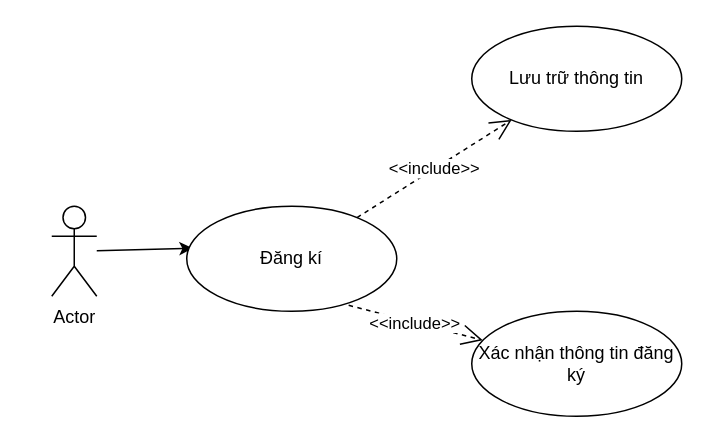
Before: page "use case đăng ký" (9 of 22) of Biểu đồ không có tiêu đề.drawio in anhduy7723/api_auth, a draw.io diagram. Source tidied: cells renumbered, new cells numbered last; positions are measured from the earlier drawing's top-left corner, leaving out a move shared by most shapes. Both pictures are drawn from the tidied source at 150%, with x=0, y=0 at pixel (51, 26).
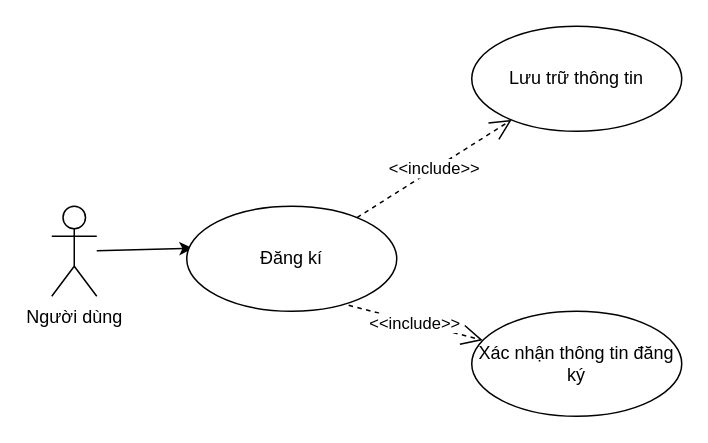
Above is the later version.

The edit, as a diff of the source:
```diff
@@
 <mxGraphModel>
   <root>
     <mxCell id="0" />
     <mxCell id="1" parent="0" />
     <mxCell id="2" style="edgeStyle=none;rounded=0;jettySize=auto;html=1;entryX=0.029;entryY=0.4;entryDx=0;entryDy=0;entryPerimeter=0;" parent="1" edge="1" source="3" target="4">
       <mxGeometry relative="1" as="geometry" />
     </mxCell>
-    <mxCell id="3" value="Actor" style="shape=umlActor;verticalLabelPosition=bottom;verticalAlign=top;html=1;outlineConnect=0;" parent="1" vertex="1">
+    <mxCell id="3" value="Người dùng" style="shape=umlActor;verticalLabelPosition=bottom;verticalAlign=top;html=1;outlineConnect=0;" parent="1" vertex="1">
       <mxGeometry y="120" width="30" height="60" as="geometry" />
     </mxCell>
     <mxCell id="4" value="Đăng kí" style="ellipse;whiteSpace=wrap;html=1;" parent="1" vertex="1">
       <mxGeometry x="90" y="120" width="140" height="70" as="geometry" />
     </mxCell>
     <mxCell id="5" value="Lưu trữ thông tin" style="ellipse;whiteSpace=wrap;html=1;" parent="1" vertex="1">
       <mxGeometry x="280" width="140" height="70" as="geometry" />
     </mxCell>
     <mxCell id="6" value="&amp;lt;&amp;lt;include&amp;gt;&amp;gt;" style="endArrow=open;endSize=12;dashed=1;html=1;rounded=0;" parent="1" edge="1" source="4" target="5">
       <mxGeometry relative="1" as="geometry" />
     </mxCell>
     <mxCell id="7" value="Xác nhận thông tin đăng ký" style="ellipse;whiteSpace=wrap;html=1;" parent="1" vertex="1">
       <mxGeometry x="280" y="190" width="140" height="70" as="geometry" />
     </mxCell>
     <mxCell id="8" value="&amp;lt;&amp;lt;include&amp;gt;&amp;gt;" style="endArrow=open;endSize=12;dashed=1;html=1;rounded=0;exitX=0.771;exitY=0.943;exitDx=0;exitDy=0;exitPerimeter=0;" parent="1" edge="1" source="4" target="7">
       <mxGeometry relative="1" as="geometry" />
     </mxCell>
   </root>
 </mxGraphModel>
```
